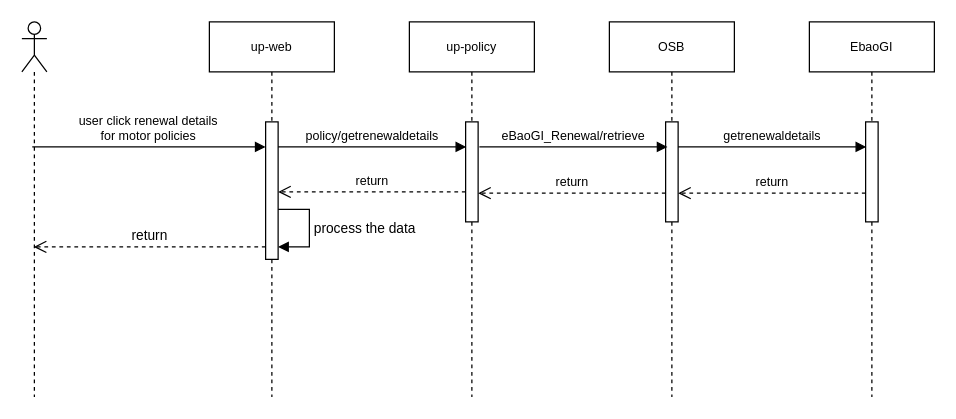
Earlier version of the draw.io diagram GI-renweal-modification.drawio (ajeeshraj56/drawio). Source tidied: cells renumbered, new cells numbered last; positions are measured from the earlier drawing's top-left corner, leaving out a move shared by most shapes. Both pictures are drawn from the tidied source at 125%, with x=0, y=0 at pixel (21, 21).
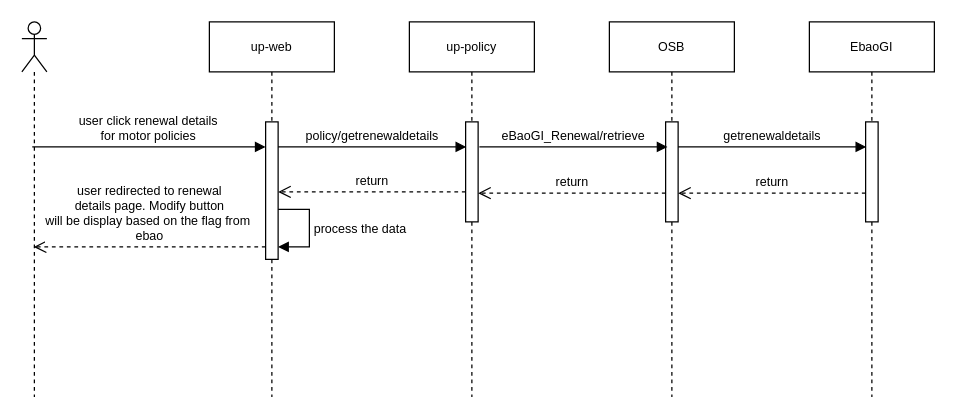
Above is the later version.

Unchanged cells that the change refers to:
```xml
<mxCell id="7" value="up-web" style="shape=umlLifeline;perimeter=lifelinePerimeter;whiteSpace=wrap;html=1;newEdgeStyle={&quot;curved&quot;:0,&quot;rounded&quot;:0};fontSize=10;" parent="1" vertex="1">
  <mxGeometry x="150" width="100" height="300" as="geometry" />
</mxCell>
<mxCell id="8" style="html=1;points=[[0,0,0,0,5],[0,1,0,0,-5],[1,0,0,0,5],[1,1,0,0,-5]];perimeter=orthogonalPerimeter;outlineConnect=0;targetShapes=umlLifeline;portConstraint=eastwest;newEdgeStyle={&quot;curved&quot;:0,&quot;rounded&quot;:0};fontSize=10;" parent="7" vertex="1">
  <mxGeometry x="45" y="80" width="10" height="110" as="geometry" />
</mxCell>
```

The edit, as a diff of the source:
```diff
@@
-    <mxCell id="9" value="process the data" style="html=1;align=left;spacingLeft=2;endArrow=block;rounded=0;edgeStyle=orthogonalEdgeStyle;curved=0;rounded=0;" parent="7" edge="1" source="8" target="8">
+    <mxCell id="9" value="process the data" style="html=1;align=left;spacingLeft=2;endArrow=block;rounded=0;edgeStyle=orthogonalEdgeStyle;curved=0;rounded=0;fontSize=10;" parent="7" edge="1" source="8" target="8">
       <mxGeometry relative="1" as="geometry">
         <Array as="points">
           <mxPoint x="80" y="150" />
           <mxPoint x="80" y="180" />
         </Array>
       </mxGeometry>
     </mxCell>
@@
-    <mxCell id="19" value="return" style="html=1;verticalAlign=bottom;endArrow=open;dashed=1;endSize=8;curved=0;rounded=0;" parent="1" edge="1">
+    <mxCell id="19" value="user redirected to renewal&lt;br&gt;details page. Modify button&lt;br&gt;will be display based on the flag from&amp;nbsp;&lt;br&gt;ebao" style="html=1;verticalAlign=bottom;endArrow=open;dashed=1;endSize=8;curved=0;rounded=0;fontSize=10;" parent="1" edge="1">
       <mxGeometry relative="1" as="geometry">
         <mxPoint x="195" y="180" as="sourcePoint" />
         <mxPoint x="9.5" y="180" as="targetPoint" />
       </mxGeometry>
     </mxCell>
```
